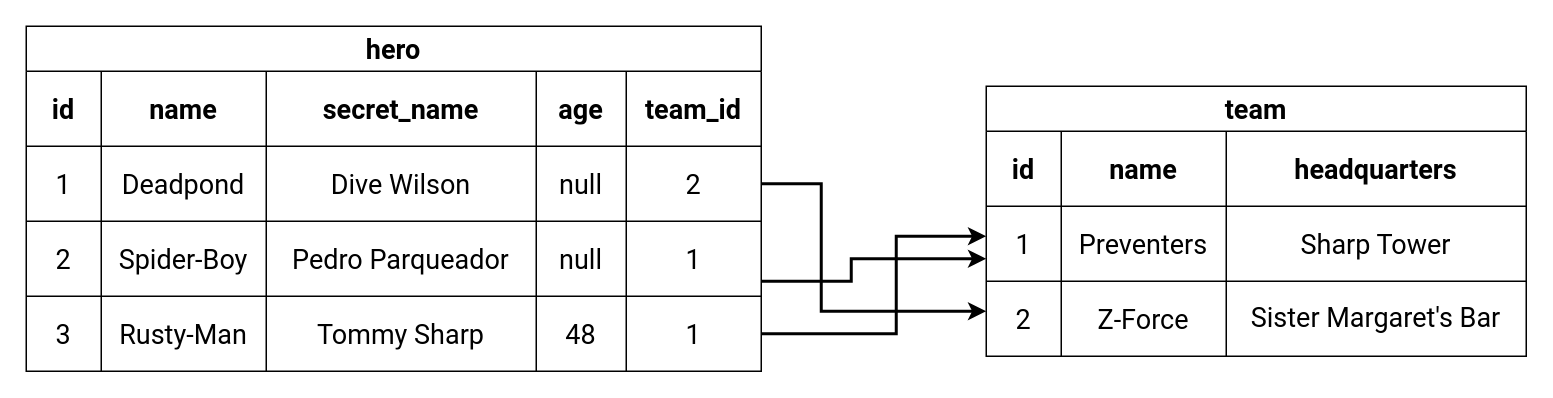
readyapi/sqldev keeps this draw.io diagram as docs/img/databases/relationships.drawio. Above is the earlier version. Source tidied: cells renumbered, new cells numbered last; positions are measured from the earlier drawing's top-left corner, leaving out a move shared by most shapes. Both pictures are drawn from the tidied source at 150%, with x=0, y=0 at pixel (26, 26).
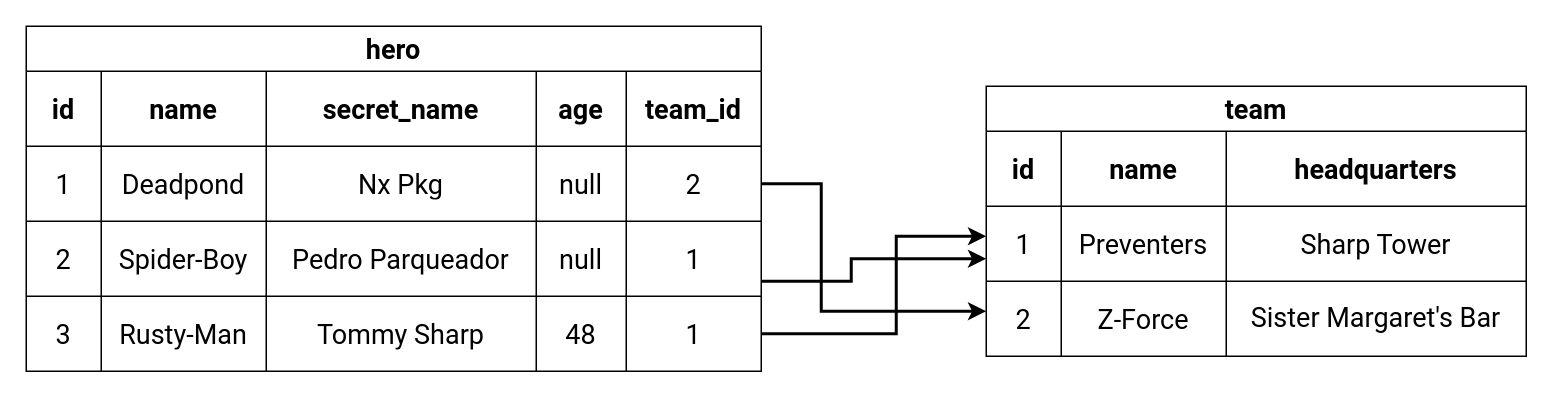
After the change.

The change refers to these unchanged cells:
```xml
<mxCell id="9" style="shape=partialRectangle;html=1;whiteSpace=wrap;fillColor=none;top=0;left=0;bottom=0;right=0;points=[[0,0.5],[1,0.5]];portConstraint=eastwest;" parent="2" vertex="1">
  <mxGeometry y="80" width="490" height="50" as="geometry" />
</mxCell>
```

Change to the diagram source:
```diff
@@
-    <mxCell id="12" value="&lt;span style=&quot;font-family: &amp;#34;roboto&amp;#34; ; font-size: 18px&quot;&gt;Dive Wilson&lt;/span&gt;" style="shape=partialRectangle;html=1;whiteSpace=wrap;top=0;left=0;bottom=0;right=0;overflow=hidden;fillColor=none;strokeColor=none;" parent="9" vertex="1">
+    <mxCell id="12" value="&lt;span style=&quot;font-family: &amp;#34;roboto&amp;#34; ; font-size: 18px&quot;&gt;Nx Pkg&lt;/span&gt;" style="shape=partialRectangle;html=1;whiteSpace=wrap;top=0;left=0;bottom=0;right=0;overflow=hidden;fillColor=none;strokeColor=none;" parent="9" vertex="1">
       <mxGeometry x="160" width="180" height="50" as="geometry" />
     </mxCell>
```
